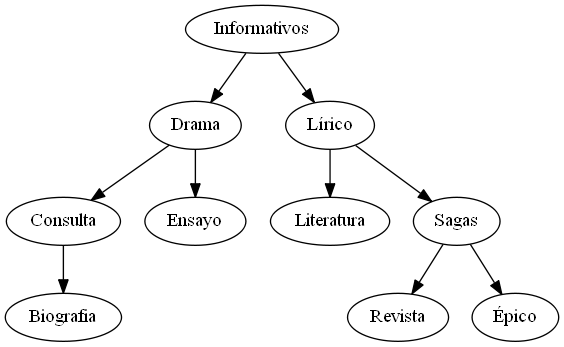
Before: DocsReportes/ArbolAVL.png, a diagram exported from Graphviz (jessicabp19/EDD_1S2020_PY2_201800535). Its source is kept beside it as DocsReportes/ArbolAVL.dot.
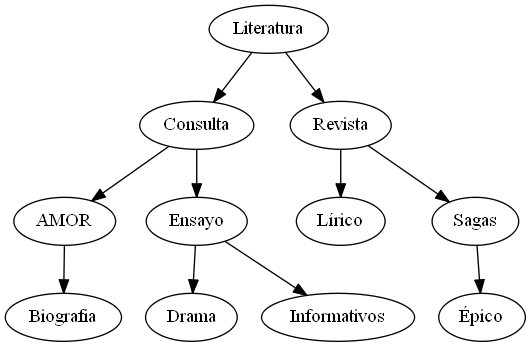
Later version of the same file.

The edit, as a diff of the source:
```diff
@@ -1,20 +1,22 @@
-digraph G {Informativos[label = "Informativos"];
-Drama[label = "Drama"];
+digraph G {Literatura[label = "Literatura"];
 Consulta[label = "Consulta"];
+AMOR[label = "AMOR"];
 Biografia[label = "Biografia"];
 Ensayo[label = "Ensayo"];
+Drama[label = "Drama"];
+Informativos[label = "Informativos"];
+Revista[label = "Revista"];
 Lírico[label = "Lírico"];
-Literatura[label = "Literatura"];
 Sagas[label = "Sagas"];
-Revista[label = "Revista"];
 Épico[label = "Épico"];
-Informativos->Lírico;
-Informativos->Drama;
-Drama->Ensayo;
-Drama->Consulta;
-Consulta->Biografia;
-Lírico->Sagas;
-Lírico->Literatura;
+Literatura->Revista;
+Literatura->Consulta;
+Consulta->Ensayo;
+Consulta->AMOR;
+AMOR->Biografia;
+Ensayo->Informativos;
+Ensayo->Drama;
+Revista->Sagas;
+Revista->Lírico;
 Sagas->Épico;
-Sagas->Revista;
 }
```
